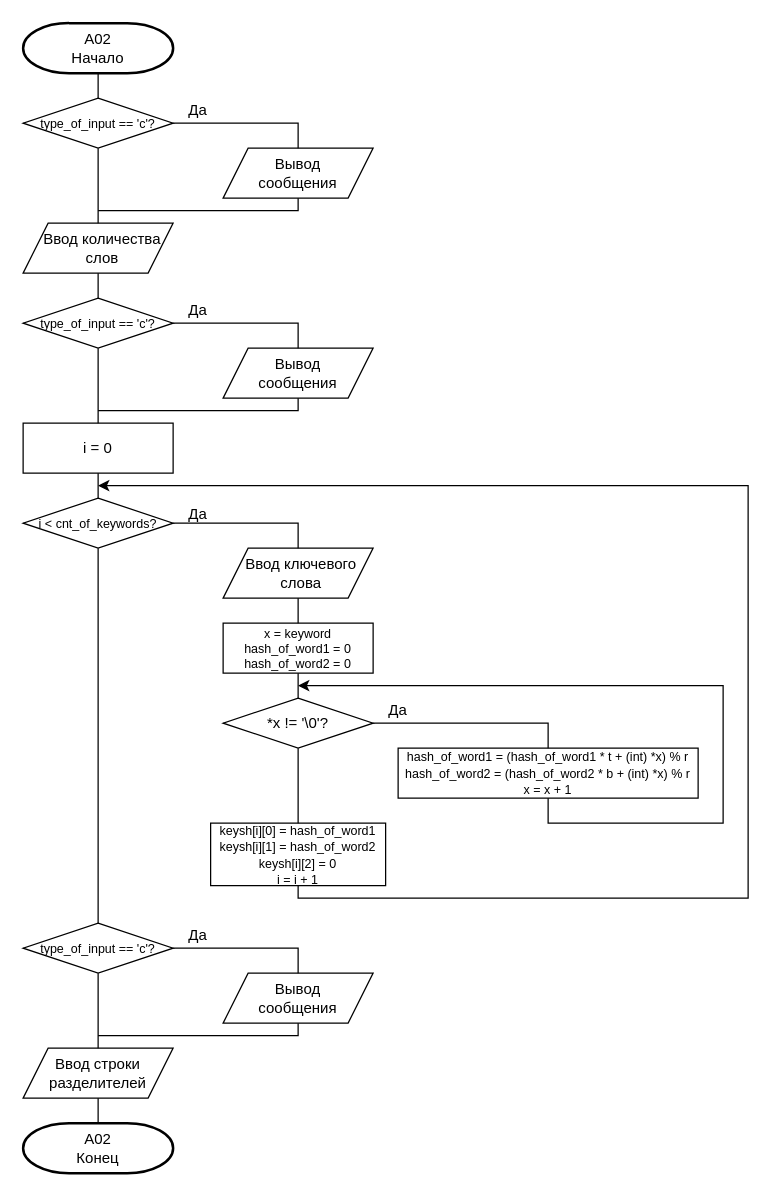
DexTver/course_work keeps this draw.io diagram as page "A02" (3 of 7) of images/Схема алгоритма.drawio. Above is the earlier version. Source tidied: cells renumbered, new cells numbered last; positions are measured from the earlier drawing's top-left corner, leaving out a move shared by most shapes. Both pictures are drawn from the tidied source at 125%, with x=0, y=0 at pixel (22, 22).
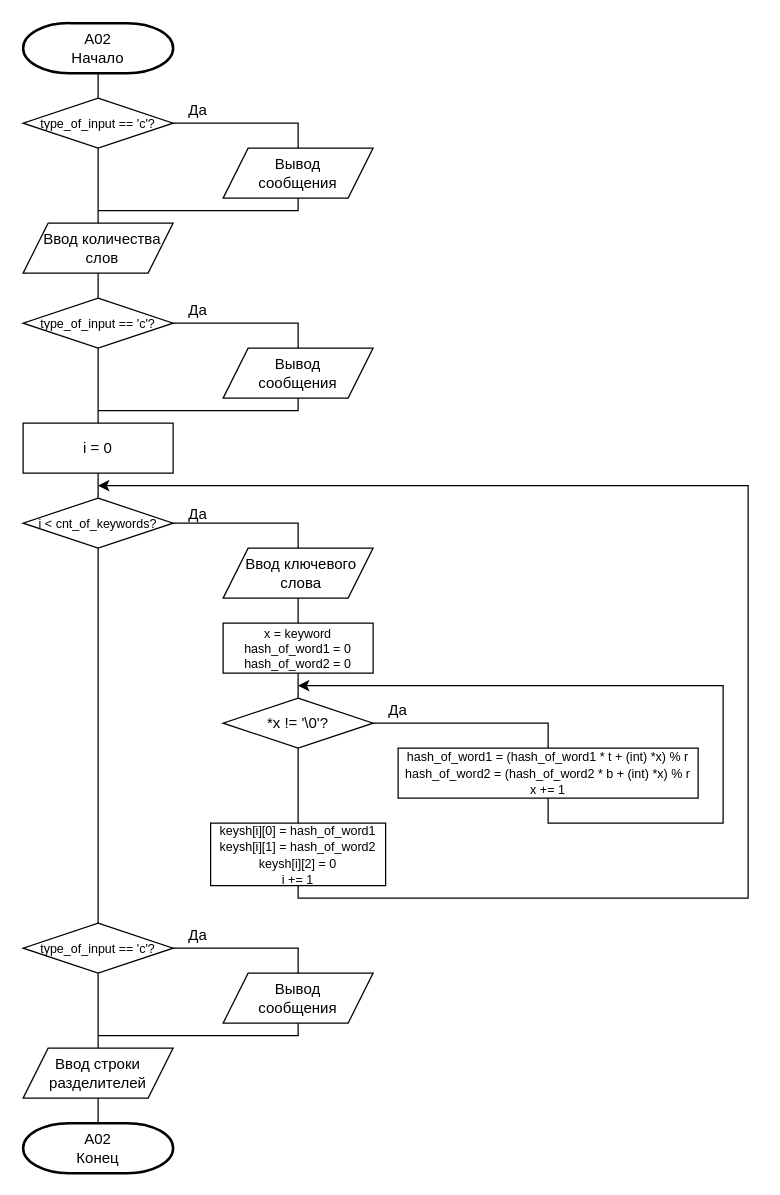
Above is the later version.

What changed in the source:
```diff
@@
-    <mxCell id="27" value="&lt;p style=&quot;line-height: 100%;&quot;&gt;&lt;font size=&quot;1&quot;&gt;hash_of_word1 = (hash_of_word1 * t + (int) *x) % r&lt;br&gt;&lt;/font&gt;&lt;font size=&quot;1&quot;&gt;hash_of_word2 = (hash_of_word2 * b + (int) *x) % r&lt;br&gt;x = x + 1&lt;/font&gt;&lt;/p&gt;" style="rounded=0;whiteSpace=wrap;html=1;" parent="1" vertex="1">
+    <mxCell id="27" value="&lt;p style=&quot;line-height: 100%;&quot;&gt;&lt;font size=&quot;1&quot;&gt;hash_of_word1 = (hash_of_word1 * t + (int) *x) % r&lt;br&gt;&lt;/font&gt;&lt;font size=&quot;1&quot;&gt;hash_of_word2 = (hash_of_word2 * b + (int) *x) % r&lt;br&gt;x += 1&lt;/font&gt;&lt;/p&gt;" style="rounded=0;whiteSpace=wrap;html=1;" parent="1" vertex="1">
       <mxGeometry x="300" y="580" width="240" height="40" as="geometry" />
     </mxCell>
@@
-    <mxCell id="31" value="&lt;p style=&quot;line-height: 100%;&quot;&gt;&lt;font style=&quot;font-size: 10px;&quot;&gt;keysh[i][0] = hash_of_word1&lt;br&gt;keysh[i][1] = hash_of_word2&lt;br&gt;keysh[i][2] = 0&lt;br&gt;i = i + 1&lt;/font&gt;&lt;/p&gt;" style="rounded=0;whiteSpace=wrap;html=1;" parent="1" vertex="1">
+    <mxCell id="31" value="&lt;p style=&quot;line-height: 100%;&quot;&gt;&lt;font style=&quot;font-size: 10px;&quot;&gt;keysh[i][0] = hash_of_word1&lt;br&gt;keysh[i][1] = hash_of_word2&lt;br&gt;keysh[i][2] = 0&lt;br&gt;i += 1&lt;/font&gt;&lt;/p&gt;" style="rounded=0;whiteSpace=wrap;html=1;" parent="1" vertex="1">
       <mxGeometry x="150" y="640" width="140" height="50" as="geometry" />
     </mxCell>
```
